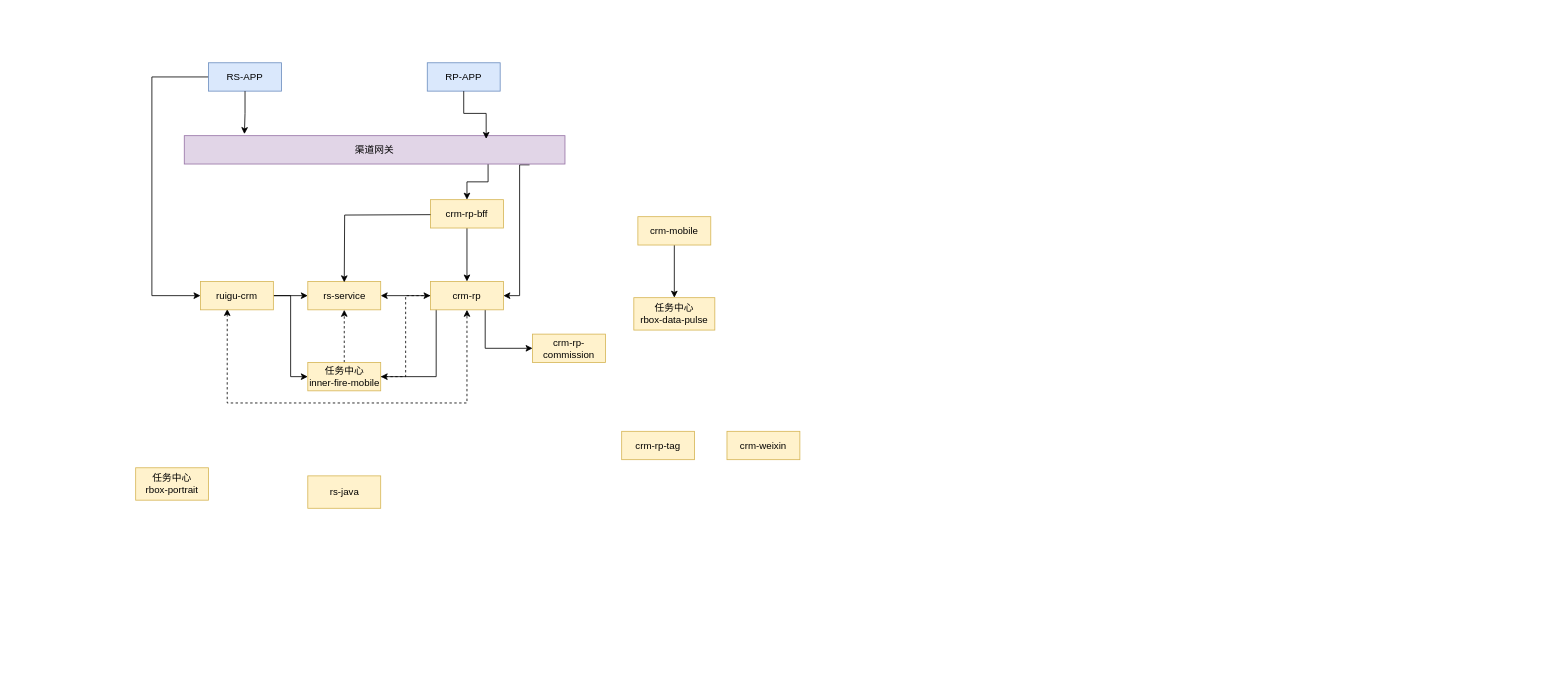
Before: 2025-渠道服务内部依赖图-现状.drawio in shixiaoding/draw, a draw.io diagram. Source tidied: cells renumbered, new cells numbered last; positions are measured from the earlier drawing's top-left corner, leaving out a move shared by most shapes. Both pictures are drawn from the tidied source at 81%, with x=0, y=0 at pixel (135, 62).
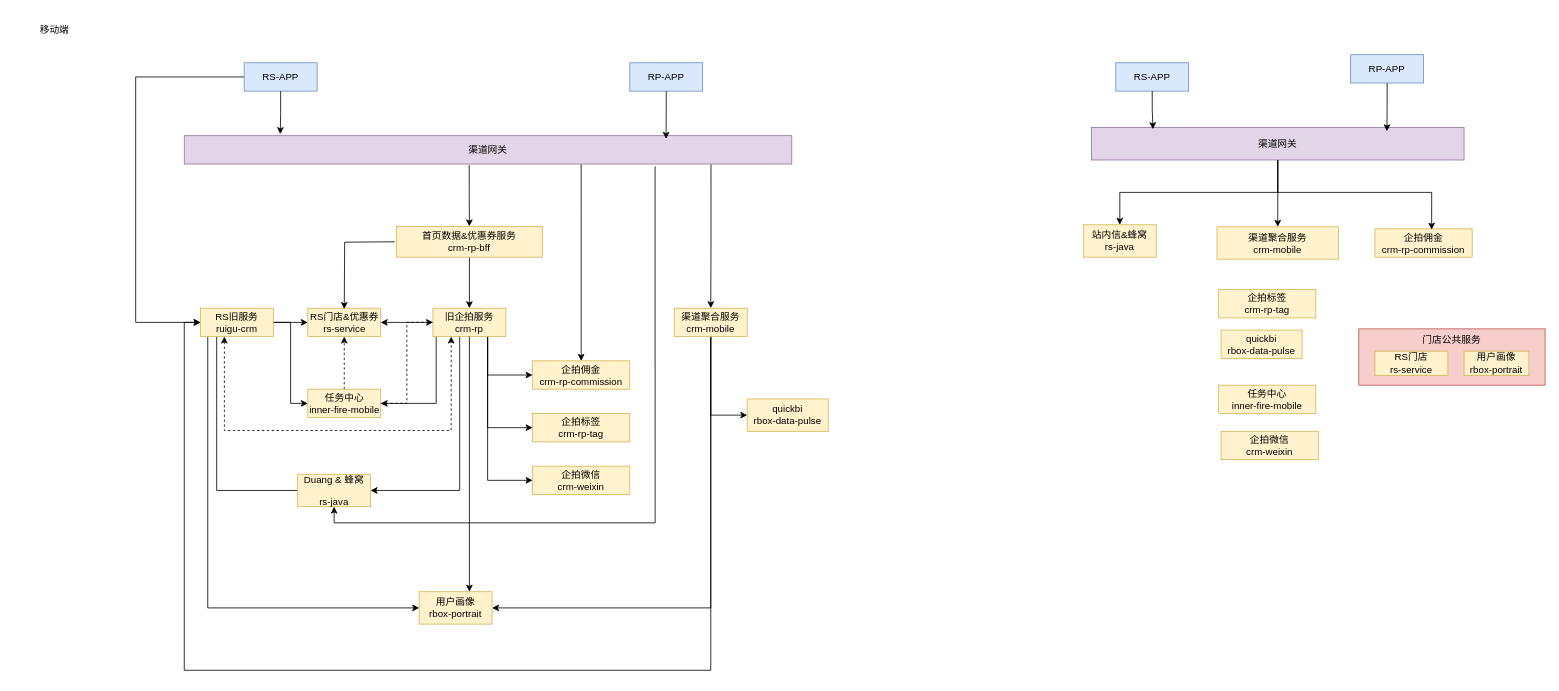
After the change.

Commit message:
更新2025-渠道服务内部依赖图-现状.drawio

Change to the diagram source:
```diff
@@
+    <mxCell id="33" value="门店公共服务" style="rounded=0;whiteSpace=wrap;html=1;fillColor=#f8cecc;strokeColor=#b85450;fontFamily=Helvetica;labelBackgroundColor=none;fontSize=12;verticalAlign=top;" parent="1" vertex="1">
+      <mxGeometry x="1510" y="328.5" width="230" height="69.5" as="geometry" />
+    </mxCell>
-    <mxCell id="2" style="edgeStyle=orthogonalEdgeStyle;rounded=0;jettySize=auto;html=1;entryX=0.5;entryY=0;entryDx=0;entryDy=0;exitX=0.798;exitY=0.886;exitDx=0;exitDy=0;exitPerimeter=0;" parent="1" edge="1" source="4" target="9">
+    <mxCell id="2" style="edgeStyle=orthogonalEdgeStyle;rounded=0;jettySize=auto;html=1;exitX=0.469;exitY=1.029;exitDx=0;exitDy=0;entryX=0.5;entryY=0;entryDx=0;entryDy=0;exitPerimeter=0;" parent="1" edge="1" source="4" target="9">
       <mxGeometry relative="1" as="geometry" />
     </mxCell>
-    <mxCell id="3" style="edgeStyle=orthogonalEdgeStyle;rounded=0;jettySize=auto;html=1;entryX=1;entryY=0.5;entryDx=0;entryDy=0;exitX=0.907;exitY=1.029;exitDx=0;exitDy=0;exitPerimeter=0;" parent="1" edge="1" source="4" target="15">
-      <mxGeometry relative="1" as="geometry">
-        <Array as="points">
-          <mxPoint x="474" y="288" />
-        </Array>
-      </mxGeometry>
-    </mxCell>
+    <mxCell id="34" style="edgeStyle=orthogonalEdgeStyle;rounded=0;jettySize=auto;html=1;exitX=0.867;exitY=0.886;exitDx=0;exitDy=0;entryX=0.5;entryY=0;entryDx=0;entryDy=0;exitPerimeter=0;" parent="1" edge="1" source="4" target="11">
+      <mxGeometry relative="1" as="geometry" />
+    </mxCell>
+    <mxCell id="35" style="edgeStyle=orthogonalEdgeStyle;rounded=0;jettySize=auto;html=1;entryX=0.5;entryY=1;entryDx=0;entryDy=0;exitX=0.775;exitY=1.086;exitDx=0;exitDy=0;exitPerimeter=0;" parent="1" edge="1" source="4" target="32">
+      <mxGeometry relative="1" as="geometry" />
+    </mxCell>
+    <mxCell id="36" style="edgeStyle=orthogonalEdgeStyle;rounded=0;jettySize=auto;html=1;entryX=0.5;entryY=0;entryDx=0;entryDy=0;" parent="1" edge="1" source="4" target="23">
+      <mxGeometry relative="1" as="geometry">
+        <Array as="points">
+          <mxPoint x="550" y="180" />
+          <mxPoint x="550" y="180" />
+        </Array>
+      </mxGeometry>
+    </mxCell>
     <mxCell id="4" value="渠道网关" style="rounded=0;whiteSpace=wrap;html=1;fillColor=#e1d5e7;strokeColor=#9673a6;fontFamily=Helvetica;labelBackgroundColor=none;fontSize=12;" parent="1" vertex="1">
-      <mxGeometry x="60" y="90" width="470" height="35" as="geometry" />
+      <mxGeometry x="60" y="90" width="750" height="35" as="geometry" />
     </mxCell>
     <mxCell id="5" style="edgeStyle=orthogonalEdgeStyle;rounded=0;jettySize=auto;html=1;entryX=0;entryY=0.5;entryDx=0;entryDy=0;" parent="1" edge="1" source="6" target="19">
       <mxGeometry relative="1" as="geometry">
         <Array as="points">
-          <mxPoint x="20" y="18" />
-          <mxPoint x="20" y="288" />
+          <mxPoint y="18" />
+          <mxPoint y="321" />
         </Array>
       </mxGeometry>
     </mxCell>
     <mxCell id="6" value="RS-APP" style="rounded=0;whiteSpace=wrap;html=1;fillColor=#dae8fc;strokeColor=#6c8ebf;fontFamily=Helvetica;labelBackgroundColor=none;fontSize=12;" parent="1" vertex="1">
-      <mxGeometry x="90" width="90" height="35" as="geometry" />
+      <mxGeometry x="134" width="90" height="35" as="geometry" />
     </mxCell>
     <mxCell id="7" value="RP-APP" style="rounded=0;whiteSpace=wrap;html=1;fillColor=#dae8fc;strokeColor=#6c8ebf;fontFamily=Helvetica;labelBackgroundColor=none;fontSize=12;" parent="1" vertex="1">
-      <mxGeometry x="360" width="90" height="35" as="geometry" />
+      <mxGeometry x="610" width="90" height="35" as="geometry" />
     </mxCell>
@@
-    <mxCell id="9" value="crm-rp-bff" style="rounded=0;whiteSpace=wrap;html=1;fillColor=#fff2cc;strokeColor=#d6b656;fontFamily=Helvetica;labelBackgroundColor=none;fontSize=12;" parent="1" vertex="1">
-      <mxGeometry x="364" y="169" width="90" height="35" as="geometry" />
+    <mxCell id="9" value="&lt;div&gt;首页数据&amp;amp;优惠券服务&lt;/div&gt;crm-rp-bff" style="rounded=0;whiteSpace=wrap;html=1;fillColor=#fff2cc;strokeColor=#d6b656;fontFamily=Helvetica;labelBackgroundColor=none;fontSize=12;" parent="1" vertex="1">
+      <mxGeometry x="322" y="202" width="180" height="38" as="geometry" />
     </mxCell>
-    <mxCell id="10" style="edgeStyle=orthogonalEdgeStyle;rounded=0;jettySize=auto;html=1;entryX=0.5;entryY=0;entryDx=0;entryDy=0;" parent="1" edge="1" source="11" target="25">
+    <mxCell id="10" style="edgeStyle=orthogonalEdgeStyle;rounded=0;jettySize=auto;html=1;entryX=0;entryY=0.5;entryDx=0;entryDy=0;" parent="1" edge="1" source="11" target="25">
       <mxGeometry relative="1" as="geometry" />
     </mxCell>
+    <mxCell id="37" style="edgeStyle=orthogonalEdgeStyle;rounded=0;jettySize=auto;html=1;entryX=1;entryY=0.5;entryDx=0;entryDy=0;" parent="1" edge="1" source="11" target="24">
+      <mxGeometry relative="1" as="geometry">
+        <Array as="points">
+          <mxPoint x="710" y="673" />
+        </Array>
+      </mxGeometry>
+    </mxCell>
+    <mxCell id="38" style="edgeStyle=orthogonalEdgeStyle;rounded=0;jettySize=auto;html=1;entryX=0;entryY=0.5;entryDx=0;entryDy=0;" parent="1" edge="1" source="11" target="19">
+      <mxGeometry relative="1" as="geometry">
+        <Array as="points">
+          <mxPoint x="710" y="750" />
+          <mxPoint x="60" y="750" />
+          <mxPoint x="60" y="321" />
+        </Array>
+      </mxGeometry>
+    </mxCell>
-    <mxCell id="11" value="crm-mobile" style="rounded=0;whiteSpace=wrap;html=1;fillColor=#fff2cc;strokeColor=#d6b656;fontFamily=Helvetica;labelBackgroundColor=none;fontSize=12;" parent="1" vertex="1">
-      <mxGeometry x="620" y="190" width="90" height="35" as="geometry" />
+    <mxCell id="11" value="&lt;div&gt;渠道聚合服务&lt;/div&gt;crm-mobile" style="rounded=0;whiteSpace=wrap;html=1;fillColor=#fff2cc;strokeColor=#d6b656;fontFamily=Helvetica;labelBackgroundColor=none;fontSize=12;" parent="1" vertex="1">
+      <mxGeometry x="665" y="303" width="90" height="35" as="geometry" />
     </mxCell>
@@
     <mxCell id="13" style="edgeStyle=orthogonalEdgeStyle;rounded=0;jettySize=auto;html=1;entryX=1;entryY=0.5;entryDx=0;entryDy=0;" parent="1" edge="1" target="29">
       <mxGeometry relative="1" as="geometry">
-        <mxPoint x="371" y="304" as="sourcePoint" />
+        <mxPoint x="371" y="337" as="sourcePoint" />
         <Array as="points">
-          <mxPoint x="371" y="388" />
+          <mxPoint x="371" y="421" />
         </Array>
       </mxGeometry>
     </mxCell>
@@
+    <mxCell id="39" style="edgeStyle=orthogonalEdgeStyle;rounded=0;jettySize=auto;html=1;exitX=0.75;exitY=1;exitDx=0;exitDy=0;entryX=0;entryY=0.5;entryDx=0;entryDy=0;" parent="1" edge="1" source="15" target="21">
+      <mxGeometry relative="1" as="geometry" />
+    </mxCell>
+    <mxCell id="40" style="edgeStyle=orthogonalEdgeStyle;rounded=0;jettySize=auto;html=1;exitX=0.75;exitY=1;exitDx=0;exitDy=0;entryX=0;entryY=0.5;entryDx=0;entryDy=0;" parent="1" edge="1" source="15" target="22">
+      <mxGeometry relative="1" as="geometry" />
+    </mxCell>
+    <mxCell id="41" style="edgeStyle=orthogonalEdgeStyle;rounded=0;jettySize=auto;html=1;entryX=1;entryY=0.5;entryDx=0;entryDy=0;" parent="1" edge="1" source="15" target="32">
+      <mxGeometry relative="1" as="geometry">
+        <Array as="points">
+          <mxPoint x="400" y="528" />
+        </Array>
+      </mxGeometry>
+    </mxCell>
-    <mxCell id="15" value="crm-rp" style="rounded=0;whiteSpace=wrap;html=1;fillColor=#fff2cc;strokeColor=#d6b656;fontFamily=Helvetica;labelBackgroundColor=none;fontSize=12;" parent="1" vertex="1">
-      <mxGeometry x="364" y="270" width="90" height="35" as="geometry" />
+    <mxCell id="15" value="&lt;div&gt;旧企拍服务&lt;/div&gt;crm-rp" style="rounded=0;whiteSpace=wrap;html=1;fillColor=#fff2cc;strokeColor=#d6b656;fontFamily=Helvetica;labelBackgroundColor=none;fontSize=12;" parent="1" vertex="1">
+      <mxGeometry x="367" y="303" width="90" height="35" as="geometry" />
     </mxCell>
@@
-    <mxCell id="18" style="edgeStyle=orthogonalEdgeStyle;rounded=0;jettySize=auto;html=1;entryX=0.5;entryY=1;entryDx=0;entryDy=0;exitX=0.367;exitY=0.971;exitDx=0;exitDy=0;exitPerimeter=0;endArrow=classic;endFill=1;startArrow=classic;startFill=1;dashed=1;" parent="1" edge="1" source="19" target="15">
+    <mxCell id="18" style="edgeStyle=orthogonalEdgeStyle;rounded=0;jettySize=auto;html=1;entryX=0.25;entryY=1;entryDx=0;entryDy=0;exitX=0.367;exitY=0.971;exitDx=0;exitDy=0;exitPerimeter=0;endArrow=classic;endFill=1;startArrow=classic;startFill=1;dashed=1;" parent="1" edge="1" target="15">
       <mxGeometry relative="1" as="geometry">
+        <mxPoint x="109.5" y="338" as="sourcePoint" />
         <Array as="points">
-          <mxPoint x="113" y="420" />
-          <mxPoint x="409" y="420" />
+          <mxPoint x="110" y="454" />
+          <mxPoint x="390" y="454" />
+          <mxPoint x="390" y="339" />
         </Array>
       </mxGeometry>
     </mxCell>
+    <mxCell id="42" style="edgeStyle=orthogonalEdgeStyle;rounded=0;orthogonalLoop=1;jettySize=auto;html=1;entryX=0;entryY=0.5;entryDx=0;entryDy=0;" parent="1" edge="1">
+      <mxGeometry relative="1" as="geometry">
+        <mxPoint x="100" y="338" as="sourcePoint" />
+        <mxPoint x="210" y="528" as="targetPoint" />
+        <Array as="points">
+          <mxPoint x="100" y="528" />
+        </Array>
+      </mxGeometry>
+    </mxCell>
+    <mxCell id="43" style="edgeStyle=orthogonalEdgeStyle;rounded=0;jettySize=auto;html=1;entryX=0;entryY=0.5;entryDx=0;entryDy=0;" parent="1" edge="1" target="24">
+      <mxGeometry relative="1" as="geometry">
+        <mxPoint x="89" y="338" as="sourcePoint" />
+        <Array as="points">
+          <mxPoint x="89" y="673" />
+        </Array>
+      </mxGeometry>
+    </mxCell>
-    <mxCell id="19" value="ruigu-crm" style="rounded=0;whiteSpace=wrap;html=1;fillColor=#fff2cc;strokeColor=#d6b656;fontFamily=Helvetica;labelBackgroundColor=none;fontSize=12;" parent="1" vertex="1">
-      <mxGeometry x="80" y="270" width="90" height="35" as="geometry" />
+    <mxCell id="19" value="&lt;div&gt;RS旧服务&lt;/div&gt;ruigu-crm" style="rounded=0;whiteSpace=wrap;html=1;fillColor=#fff2cc;strokeColor=#d6b656;fontFamily=Helvetica;labelBackgroundColor=none;fontSize=12;" parent="1" vertex="1">
+      <mxGeometry x="80" y="303" width="90" height="35" as="geometry" />
     </mxCell>
-    <mxCell id="20" value="rs-service" style="rounded=0;whiteSpace=wrap;html=1;fillColor=#fff2cc;strokeColor=#d6b656;fontFamily=Helvetica;labelBackgroundColor=none;fontSize=12;" parent="1" vertex="1">
-      <mxGeometry x="212.5" y="270" width="90" height="35" as="geometry" />
+    <mxCell id="20" value="&lt;div&gt;RS门店&amp;amp;优惠券&lt;/div&gt;rs-service" style="rounded=0;whiteSpace=wrap;html=1;fillColor=#fff2cc;strokeColor=#d6b656;fontFamily=Helvetica;labelBackgroundColor=none;fontSize=12;" parent="1" vertex="1">
+      <mxGeometry x="212.5" y="303" width="90" height="35" as="geometry" />
     </mxCell>
-    <mxCell id="21" value="crm-rp-tag" style="rounded=0;whiteSpace=wrap;html=1;fillColor=#fff2cc;strokeColor=#d6b656;fontFamily=Helvetica;labelBackgroundColor=none;fontSize=12;" parent="1" vertex="1">
-      <mxGeometry x="600" y="455" width="90" height="35" as="geometry" />
+    <mxCell id="21" value="&lt;div&gt;企拍标签&lt;/div&gt;crm-rp-tag" style="rounded=0;whiteSpace=wrap;html=1;fillColor=#fff2cc;strokeColor=#d6b656;fontFamily=Helvetica;labelBackgroundColor=none;fontSize=12;" parent="1" vertex="1">
+      <mxGeometry x="490" y="433" width="120" height="35" as="geometry" />
     </mxCell>
-    <mxCell id="22" value="crm-weixin" style="rounded=0;whiteSpace=wrap;html=1;fillColor=#fff2cc;strokeColor=#d6b656;fontFamily=Helvetica;labelBackgroundColor=none;fontSize=12;" parent="1" vertex="1">
-      <mxGeometry x="730" y="455" width="90" height="35" as="geometry" />
+    <mxCell id="22" value="&lt;div&gt;企拍微信&lt;/div&gt;crm-weixin" style="rounded=0;whiteSpace=wrap;html=1;fillColor=#fff2cc;strokeColor=#d6b656;fontFamily=Helvetica;labelBackgroundColor=none;fontSize=12;" parent="1" vertex="1">
+      <mxGeometry x="490" y="498" width="120" height="35" as="geometry" />
     </mxCell>
-    <mxCell id="23" value="crm-rp-commission" style="rounded=0;whiteSpace=wrap;html=1;fillColor=#fff2cc;strokeColor=#d6b656;fontFamily=Helvetica;labelBackgroundColor=none;fontSize=12;" parent="1" vertex="1">
-      <mxGeometry x="490" y="335" width="90" height="35" as="geometry" />
+    <mxCell id="23" value="&lt;div&gt;企拍佣金&lt;/div&gt;crm-rp-commission" style="rounded=0;whiteSpace=wrap;html=1;fillColor=#fff2cc;strokeColor=#d6b656;fontFamily=Helvetica;labelBackgroundColor=none;fontSize=12;" parent="1" vertex="1">
+      <mxGeometry x="490" y="368" width="120" height="35" as="geometry" />
     </mxCell>
-    <mxCell id="24" value="&lt;p&gt;&lt;span&gt;任务中心&lt;span&gt;&lt;br&gt;&lt;/span&gt;&lt;/span&gt;&lt;span&gt;rbox-portrait&lt;/span&gt;&lt;span&gt;&lt;/span&gt;&lt;/p&gt;" style="rounded=0;whiteSpace=wrap;html=1;fillColor=#fff2cc;strokeColor=#d6b656;align=center;verticalAlign=middle;fontFamily=Helvetica;fontSize=12;fontColor=default;labelBackgroundColor=none;" parent="1" vertex="1">
-      <mxGeometry y="500" width="90" height="40" as="geometry" />
+    <mxCell id="24" value="&lt;p&gt;&lt;span&gt;&lt;span&gt;用户画像&lt;br&gt;&lt;/span&gt;&lt;/span&gt;&lt;span&gt;rbox-portrait&lt;/span&gt;&lt;span&gt;&lt;/span&gt;&lt;/p&gt;" style="rounded=0;whiteSpace=wrap;html=1;fillColor=#fff2cc;strokeColor=#d6b656;align=center;verticalAlign=middle;fontFamily=Helvetica;fontSize=12;fontColor=default;labelBackgroundColor=none;" parent="1" vertex="1">
+      <mxGeometry x="350" y="653" width="90" height="40" as="geometry" />
     </mxCell>
-    <mxCell id="25" value="&lt;p&gt;&lt;span&gt;任务中心&lt;span&gt;&lt;br&gt;&lt;/span&gt;&lt;/span&gt;rbox-data-pulse&lt;/p&gt;" style="rounded=0;whiteSpace=wrap;html=1;fillColor=#fff2cc;strokeColor=#d6b656;align=center;verticalAlign=middle;fontFamily=Helvetica;fontSize=12;fontColor=default;labelBackgroundColor=none;" parent="1" vertex="1">
-      <mxGeometry x="615" y="290" width="100" height="40" as="geometry" />
+    <mxCell id="25" value="&lt;p&gt;&lt;span&gt;&lt;span&gt;quickbi&lt;br&gt;&lt;/span&gt;&lt;/span&gt;rbox-data-pulse&lt;/p&gt;" style="rounded=0;whiteSpace=wrap;html=1;fillColor=#fff2cc;strokeColor=#d6b656;align=center;verticalAlign=middle;fontFamily=Helvetica;fontSize=12;fontColor=default;labelBackgroundColor=none;" parent="1" vertex="1">
+      <mxGeometry x="755" y="415" width="100" height="40" as="geometry" />
     </mxCell>
     <mxCell id="26" style="edgeStyle=orthogonalEdgeStyle;rounded=0;orthogonalLoop=1;jettySize=auto;html=1;entryX=0.5;entryY=0;entryDx=0;entryDy=0;" parent="1" edge="1">
       <mxGeometry relative="1" as="geometry">
-        <mxPoint x="364" y="187.5" as="sourcePoint" />
-        <mxPoint x="257.5" y="271" as="targetPoint" />
+        <mxPoint x="320" y="221" as="sourcePoint" />
+        <mxPoint x="257.5" y="304" as="targetPoint" />
       </mxGeometry>
     </mxCell>
@@
     <mxCell id="29" value="任务中心&lt;br&gt;&lt;span style=&quot;color: light-dark(rgb(0, 0, 0), rgb(255, 255, 255));&quot;&gt;inner-fire-mobile&lt;/span&gt;" style="rounded=0;whiteSpace=wrap;html=1;fillColor=#fff2cc;strokeColor=#d6b656;fontFamily=Helvetica;labelBackgroundColor=none;fontSize=12;" parent="1" vertex="1">
-      <mxGeometry x="212.5" y="370" width="90" height="35" as="geometry" />
+      <mxGeometry x="212.5" y="403" width="90" height="35" as="geometry" />
     </mxCell>
@@
-    <mxCell id="32" value="&lt;p&gt;rs-java&lt;/p&gt;" style="rounded=0;whiteSpace=wrap;html=1;fillColor=#fff2cc;strokeColor=#d6b656;align=center;verticalAlign=middle;fontFamily=Helvetica;fontSize=12;fontColor=default;labelBackgroundColor=none;" parent="1" vertex="1">
-      <mxGeometry x="212.5" y="510" width="90" height="40" as="geometry" />
+    <mxCell id="32" value="&lt;p&gt;Duang &amp;amp; 蜂窝&lt;/p&gt;&lt;p&gt;&lt;span style=&quot;background-color: transparent; color: light-dark(rgb(0, 0, 0), rgb(255, 255, 255));&quot;&gt;rs-java&lt;/span&gt;&lt;/p&gt;" style="rounded=0;whiteSpace=wrap;html=1;fillColor=#fff2cc;strokeColor=#d6b656;align=center;verticalAlign=middle;fontFamily=Helvetica;fontSize=12;fontColor=default;labelBackgroundColor=none;" parent="1" vertex="1">
+      <mxGeometry x="200" y="508" width="90" height="40" as="geometry" />
     </mxCell>
+    <mxCell id="44" style="edgeStyle=orthogonalEdgeStyle;rounded=0;jettySize=auto;html=1;exitX=0.5;exitY=1;exitDx=0;exitDy=0;entryX=0.689;entryY=0;entryDx=0;entryDy=0;entryPerimeter=0;" parent="1" edge="1" source="15" target="24">
+      <mxGeometry relative="1" as="geometry" />
+    </mxCell>
+    <mxCell id="45" value="移动端" style="text;html=1;align=center;verticalAlign=middle;whiteSpace=wrap;rounded=0;" parent="1" vertex="1">
+      <mxGeometry x="-150" y="-60" width="100" height="40" as="geometry" />
+    </mxCell>
+    <mxCell id="46" style="edgeStyle=orthogonalEdgeStyle;rounded=0;jettySize=auto;html=1;entryX=0.5;entryY=0;entryDx=0;entryDy=0;" parent="1" edge="1" source="48" target="57">
+      <mxGeometry relative="1" as="geometry" />
+    </mxCell>
+    <mxCell id="47" style="edgeStyle=orthogonalEdgeStyle;rounded=0;jettySize=auto;html=1;exitX=0.5;exitY=1;exitDx=0;exitDy=0;entryX=0.5;entryY=0;entryDx=0;entryDy=0;" parent="1" edge="1" source="48" target="51">
+      <mxGeometry relative="1" as="geometry" />
+    </mxCell>
+    <mxCell id="48" value="渠道网关" style="rounded=0;whiteSpace=wrap;html=1;fillColor=#e1d5e7;strokeColor=#9673a6;fontFamily=Helvetica;labelBackgroundColor=none;fontSize=12;" parent="1" vertex="1">
+      <mxGeometry x="1180" y="80" width="460" height="40" as="geometry" />
+    </mxCell>
+    <mxCell id="49" value="RS-APP" style="rounded=0;whiteSpace=wrap;html=1;fillColor=#dae8fc;strokeColor=#6c8ebf;fontFamily=Helvetica;labelBackgroundColor=none;fontSize=12;" parent="1" vertex="1">
+      <mxGeometry x="1210" width="90" height="35" as="geometry" />
+    </mxCell>
+    <mxCell id="50" value="RP-APP" style="rounded=0;whiteSpace=wrap;html=1;fillColor=#dae8fc;strokeColor=#6c8ebf;fontFamily=Helvetica;labelBackgroundColor=none;fontSize=12;" parent="1" vertex="1">
+      <mxGeometry x="1500" y="-10" width="90" height="35" as="geometry" />
+    </mxCell>
+    <mxCell id="51" value="&lt;div&gt;渠道聚合服务&lt;/div&gt;crm-mobile" style="rounded=0;whiteSpace=wrap;html=1;fillColor=#fff2cc;strokeColor=#d6b656;fontFamily=Helvetica;labelBackgroundColor=none;fontSize=12;" parent="1" vertex="1">
+      <mxGeometry x="1335" y="202.5" width="150" height="40" as="geometry" />
+    </mxCell>
+    <mxCell id="52" value="&lt;div&gt;企拍标签&lt;/div&gt;crm-rp-tag" style="rounded=0;whiteSpace=wrap;html=1;fillColor=#fff2cc;strokeColor=#d6b656;fontFamily=Helvetica;labelBackgroundColor=none;fontSize=12;" parent="1" vertex="1">
+      <mxGeometry x="1337" y="280" width="120" height="35" as="geometry" />
+    </mxCell>
+    <mxCell id="53" value="&lt;div&gt;企拍微信&lt;/div&gt;crm-weixin" style="rounded=0;whiteSpace=wrap;html=1;fillColor=#fff2cc;strokeColor=#d6b656;fontFamily=Helvetica;labelBackgroundColor=none;fontSize=12;" parent="1" vertex="1">
+      <mxGeometry x="1340" y="455" width="120" height="35" as="geometry" />
+    </mxCell>
+    <mxCell id="54" value="&lt;div&gt;企拍佣金&lt;/div&gt;crm-rp-commission" style="rounded=0;whiteSpace=wrap;html=1;fillColor=#fff2cc;strokeColor=#d6b656;fontFamily=Helvetica;labelBackgroundColor=none;fontSize=12;" parent="1" vertex="1">
+      <mxGeometry x="1530" y="205" width="120" height="35" as="geometry" />
+    </mxCell>
+    <mxCell id="55" value="&lt;p&gt;&lt;span&gt;&lt;span&gt;quickbi&lt;br&gt;&lt;/span&gt;&lt;/span&gt;rbox-data-pulse&lt;/p&gt;" style="rounded=0;whiteSpace=wrap;html=1;fillColor=#fff2cc;strokeColor=#d6b656;align=center;verticalAlign=middle;fontFamily=Helvetica;fontSize=12;fontColor=default;labelBackgroundColor=none;" parent="1" vertex="1">
+      <mxGeometry x="1340" y="330" width="100" height="35" as="geometry" />
+    </mxCell>
+    <mxCell id="56" style="edgeStyle=orthogonalEdgeStyle;rounded=0;jettySize=auto;html=1;entryX=0.793;entryY=0.114;entryDx=0;entryDy=0;entryPerimeter=0;" parent="1" edge="1" source="50" target="48">
+      <mxGeometry relative="1" as="geometry" />
+    </mxCell>
+    <mxCell id="57" value="&lt;p&gt;站内信&amp;amp;蜂窝&lt;br&gt;&lt;span style=&quot;background-color: transparent; color: light-dark(rgb(0, 0, 0), rgb(255, 255, 255));&quot;&gt;rs-java&lt;/span&gt;&lt;/p&gt;" style="rounded=0;whiteSpace=wrap;html=1;fillColor=#fff2cc;strokeColor=#d6b656;align=center;verticalAlign=middle;fontFamily=Helvetica;fontSize=12;fontColor=default;labelBackgroundColor=none;" parent="1" vertex="1">
+      <mxGeometry x="1170" y="200" width="90" height="40" as="geometry" />
+    </mxCell>
+    <mxCell id="58" value="&lt;p&gt;&lt;span&gt;&lt;span&gt;用户画像&lt;br&gt;&lt;/span&gt;&lt;/span&gt;&lt;span&gt;rbox-portrait&lt;/span&gt;&lt;span&gt;&lt;/span&gt;&lt;/p&gt;" style="rounded=0;whiteSpace=wrap;html=1;fillColor=#fff2cc;strokeColor=#d6b656;align=center;verticalAlign=middle;fontFamily=Helvetica;fontSize=12;fontColor=default;labelBackgroundColor=none;" parent="1" vertex="1">
+      <mxGeometry x="1640" y="356" width="80" height="30" as="geometry" />
+    </mxCell>
+    <mxCell id="59" value="&lt;div&gt;RS门店&lt;/div&gt;rs-service" style="rounded=0;whiteSpace=wrap;html=1;fillColor=#fff2cc;strokeColor=#d6b656;fontFamily=Helvetica;labelBackgroundColor=none;fontSize=12;" parent="1" vertex="1">
+      <mxGeometry x="1530" y="356" width="90" height="30" as="geometry" />
+    </mxCell>
+    <mxCell id="60" style="edgeStyle=orthogonalEdgeStyle;rounded=0;jettySize=auto;html=1;exitX=0.5;exitY=1;exitDx=0;exitDy=0;entryX=0.583;entryY=0.029;entryDx=0;entryDy=0;entryPerimeter=0;" parent="1" edge="1" source="48" target="54">
+      <mxGeometry relative="1" as="geometry">
+        <Array as="points">
+          <mxPoint x="1410" y="160" />
+          <mxPoint x="1600" y="160" />
+        </Array>
+      </mxGeometry>
+    </mxCell>
+    <mxCell id="61" value="任务中心&lt;br&gt;&lt;span style=&quot;color: light-dark(rgb(0, 0, 0), rgb(255, 255, 255));&quot;&gt;inner-fire-mobile&lt;/span&gt;" style="rounded=0;whiteSpace=wrap;html=1;fillColor=#fff2cc;strokeColor=#d6b656;fontFamily=Helvetica;labelBackgroundColor=none;fontSize=12;" parent="1" vertex="1">
+      <mxGeometry x="1337" y="398" width="120" height="35" as="geometry" />
+    </mxCell>
+    <mxCell id="62" style="edgeStyle=orthogonalEdgeStyle;rounded=0;jettySize=auto;html=1;exitX=0.5;exitY=1;exitDx=0;exitDy=0;entryX=0.165;entryY=0.05;entryDx=0;entryDy=0;entryPerimeter=0;" parent="1" edge="1" source="49" target="48">
+      <mxGeometry relative="1" as="geometry" />
+    </mxCell>
```
